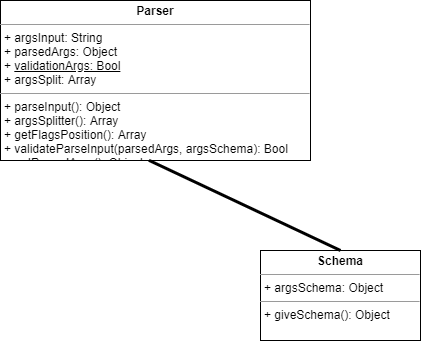
This is katas/args/samuel/classDiagram.drawio.png from fjcoding/AT-BC-LAT-01, a draw.io export, as it was before one commit. Source tidied: cells renumbered, new cells last; positions are measured from the earlier drawing's top-left corner, leaving out a move shared by most shapes. The source it was exported from:
```xml
<mxGraphModel>
  <root>
    <mxCell id="0" />
    <mxCell id="1" parent="0" />
    <mxCell id="2" value="&lt;p style=&quot;margin: 0px ; margin-top: 4px ; text-align: center&quot;&gt;&lt;b&gt;Schema&lt;/b&gt;&lt;/p&gt;&lt;hr size=&quot;1&quot;&gt;&lt;p style=&quot;margin: 0px ; margin-left: 4px&quot;&gt;+ argsSchema: Object&lt;span&gt;&amp;nbsp;&lt;/span&gt;&lt;/p&gt;&lt;hr size=&quot;1&quot;&gt;&lt;p style=&quot;margin: 0px ; margin-left: 4px&quot;&gt;+ giveSchema(): Object&lt;/p&gt;&lt;p style=&quot;margin: 0px ; margin-left: 4px&quot;&gt;&lt;br&gt;&lt;/p&gt;" style="verticalAlign=top;align=left;overflow=fill;fontSize=12;fontFamily=Helvetica;html=1;" parent="1" vertex="1">
      <mxGeometry x="260" y="250" width="160" height="90" as="geometry" />
    </mxCell>
    <mxCell id="3" value="&lt;p style=&quot;margin: 0px ; margin-top: 4px ; text-align: center&quot;&gt;&lt;b&gt;Parser&lt;/b&gt;&lt;/p&gt;&lt;hr size=&quot;1&quot;&gt;&lt;p style=&quot;margin: 0px ; margin-left: 4px&quot;&gt;+ argsInput: String&lt;/p&gt;&lt;p style=&quot;margin: 0px ; margin-left: 4px&quot;&gt;+ parsedArgs: Object&lt;/p&gt;&lt;p style=&quot;margin: 0px ; margin-left: 4px&quot;&gt;+ &lt;u&gt;validationArgs: Bool&lt;/u&gt;&lt;br&gt;&lt;/p&gt;&lt;p style=&quot;margin: 0px ; margin-left: 4px&quot;&gt;+ argsSplit: Array&lt;u&gt;&lt;br&gt;&lt;/u&gt;&lt;/p&gt;&lt;hr size=&quot;1&quot;&gt;&lt;p style=&quot;margin: 0px ; margin-left: 4px&quot;&gt;+ parseInput(): Object&lt;/p&gt;&lt;p style=&quot;margin: 0px 0px 0px 4px&quot;&gt;+ argsSplitter(): Array&lt;/p&gt;&lt;p style=&quot;margin: 0px ; margin-left: 4px&quot;&gt;+ getFlagsPosition(): Array&lt;/p&gt;&lt;p style=&quot;margin: 0px ; margin-left: 4px&quot;&gt;+ validateParseInput(parsedArgs, argsSchema): Bool&lt;br&gt;&lt;/p&gt;&lt;p style=&quot;margin: 0px ; margin-left: 4px&quot;&gt;+ getParsedArgs(): Object&lt;br&gt;&lt;/p&gt;&lt;p style=&quot;margin: 0px ; margin-left: 4px&quot;&gt;&lt;br&gt;&lt;/p&gt;&lt;p style=&quot;margin: 0px ; margin-left: 4px&quot;&gt;&lt;br&gt;&lt;/p&gt;" style="verticalAlign=top;align=left;overflow=fill;fontSize=12;fontFamily=Helvetica;html=1;" parent="1" vertex="1">
      <mxGeometry width="310" height="160" as="geometry" />
    </mxCell>
    <mxCell id="4" style="endArrow=none;startArrow=none;endFill=0;startFill=0;endSize=8;html=1;verticalAlign=bottom;labelBackgroundColor=none;strokeWidth=3;exitX=0.479;exitY=0.999;exitDx=0;exitDy=0;exitPerimeter=0;entryX=0.5;entryY=0;entryDx=0;entryDy=0;" parent="1" edge="1" source="3" target="2">
      <mxGeometry relative="1" as="geometry" />
    </mxCell>
  </root>
</mxGraphModel>
```
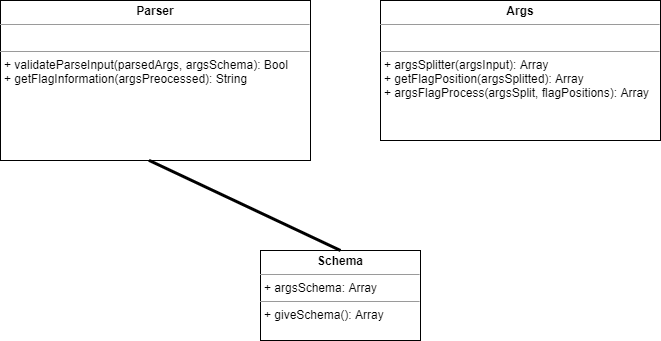
The same file after the commit.

Commit message:
Changed argsSchema from Schema class and make it an object array. Test designed for that new type of return

Diff of the diagram source:
```diff
@@ -2,14 +2,17 @@
   <root>
     <mxCell id="0" />
     <mxCell id="1" parent="0" />
-    <mxCell id="2" value="&lt;p style=&quot;margin: 0px ; margin-top: 4px ; text-align: center&quot;&gt;&lt;b&gt;Schema&lt;/b&gt;&lt;/p&gt;&lt;hr size=&quot;1&quot;&gt;&lt;p style=&quot;margin: 0px ; margin-left: 4px&quot;&gt;+ argsSchema: Object&lt;span&gt;&amp;nbsp;&lt;/span&gt;&lt;/p&gt;&lt;hr size=&quot;1&quot;&gt;&lt;p style=&quot;margin: 0px ; margin-left: 4px&quot;&gt;+ giveSchema(): Object&lt;/p&gt;&lt;p style=&quot;margin: 0px ; margin-left: 4px&quot;&gt;&lt;br&gt;&lt;/p&gt;" style="verticalAlign=top;align=left;overflow=fill;fontSize=12;fontFamily=Helvetica;html=1;" parent="1" vertex="1">
+    <mxCell id="2" value="&lt;p style=&quot;margin: 0px ; margin-top: 4px ; text-align: center&quot;&gt;&lt;b&gt;Schema&lt;/b&gt;&lt;/p&gt;&lt;hr size=&quot;1&quot;&gt;&lt;p style=&quot;margin: 0px ; margin-left: 4px&quot;&gt;+ argsSchema: Array&lt;/p&gt;&lt;hr size=&quot;1&quot;&gt;&lt;p style=&quot;margin: 0px ; margin-left: 4px&quot;&gt;+ giveSchema(): Array&lt;/p&gt;&lt;p style=&quot;margin: 0px ; margin-left: 4px&quot;&gt;&lt;br&gt;&lt;/p&gt;" style="verticalAlign=top;align=left;overflow=fill;fontSize=12;fontFamily=Helvetica;html=1;" parent="1" vertex="1">
       <mxGeometry x="260" y="250" width="160" height="90" as="geometry" />
     </mxCell>
-    <mxCell id="3" value="&lt;p style=&quot;margin: 0px ; margin-top: 4px ; text-align: center&quot;&gt;&lt;b&gt;Parser&lt;/b&gt;&lt;/p&gt;&lt;hr size=&quot;1&quot;&gt;&lt;p style=&quot;margin: 0px ; margin-left: 4px&quot;&gt;+ argsInput: String&lt;/p&gt;&lt;p style=&quot;margin: 0px ; margin-left: 4px&quot;&gt;+ parsedArgs: Object&lt;/p&gt;&lt;p style=&quot;margin: 0px ; margin-left: 4px&quot;&gt;+ &lt;u&gt;validationArgs: Bool&lt;/u&gt;&lt;br&gt;&lt;/p&gt;&lt;p style=&quot;margin: 0px ; margin-left: 4px&quot;&gt;+ argsSplit: Array&lt;u&gt;&lt;br&gt;&lt;/u&gt;&lt;/p&gt;&lt;hr size=&quot;1&quot;&gt;&lt;p style=&quot;margin: 0px ; margin-left: 4px&quot;&gt;+ parseInput(): Object&lt;/p&gt;&lt;p style=&quot;margin: 0px 0px 0px 4px&quot;&gt;+ argsSplitter(): Array&lt;/p&gt;&lt;p style=&quot;margin: 0px ; margin-left: 4px&quot;&gt;+ getFlagsPosition(): Array&lt;/p&gt;&lt;p style=&quot;margin: 0px ; margin-left: 4px&quot;&gt;+ validateParseInput(parsedArgs, argsSchema): Bool&lt;br&gt;&lt;/p&gt;&lt;p style=&quot;margin: 0px ; margin-left: 4px&quot;&gt;+ getParsedArgs(): Object&lt;br&gt;&lt;/p&gt;&lt;p style=&quot;margin: 0px ; margin-left: 4px&quot;&gt;&lt;br&gt;&lt;/p&gt;&lt;p style=&quot;margin: 0px ; margin-left: 4px&quot;&gt;&lt;br&gt;&lt;/p&gt;" style="verticalAlign=top;align=left;overflow=fill;fontSize=12;fontFamily=Helvetica;html=1;" parent="1" vertex="1">
+    <mxCell id="3" value="&lt;p style=&quot;margin: 0px ; margin-top: 4px ; text-align: center&quot;&gt;&lt;b&gt;Parser&lt;/b&gt;&lt;/p&gt;&lt;hr size=&quot;1&quot;&gt;&lt;p style=&quot;margin: 0px ; margin-left: 4px&quot;&gt;&lt;br&gt;&lt;/p&gt;&lt;hr size=&quot;1&quot;&gt;&lt;p style=&quot;margin: 0px ; margin-left: 4px&quot;&gt;&lt;span&gt;+ validateParseInput(parsedArgs, argsSchema): Bool&lt;/span&gt;&lt;br&gt;&lt;/p&gt;&lt;p style=&quot;margin: 0px ; margin-left: 4px&quot;&gt;+ getFlagInformation(argsPreocessed): String&lt;span&gt;&lt;br&gt;&lt;/span&gt;&lt;/p&gt;&lt;p style=&quot;margin: 0px ; margin-left: 4px&quot;&gt;&lt;br&gt;&lt;/p&gt;&lt;p style=&quot;margin: 0px ; margin-left: 4px&quot;&gt;&lt;br&gt;&lt;/p&gt;" style="verticalAlign=top;align=left;overflow=fill;fontSize=12;fontFamily=Helvetica;html=1;" parent="1" vertex="1">
       <mxGeometry width="310" height="160" as="geometry" />
     </mxCell>
     <mxCell id="4" style="endArrow=none;startArrow=none;endFill=0;startFill=0;endSize=8;html=1;verticalAlign=bottom;labelBackgroundColor=none;strokeWidth=3;exitX=0.479;exitY=0.999;exitDx=0;exitDy=0;exitPerimeter=0;entryX=0.5;entryY=0;entryDx=0;entryDy=0;" parent="1" edge="1" source="3" target="2">
       <mxGeometry relative="1" as="geometry" />
     </mxCell>
+    <mxCell id="5" value="&lt;p style=&quot;margin: 0px ; margin-top: 4px ; text-align: center&quot;&gt;&lt;b&gt;Args&lt;/b&gt;&lt;/p&gt;&lt;hr size=&quot;1&quot;&gt;&lt;p style=&quot;margin: 0px ; margin-left: 4px&quot;&gt;&lt;br&gt;&lt;/p&gt;&lt;hr size=&quot;1&quot;&gt;&lt;p style=&quot;margin: 0px ; margin-left: 4px&quot;&gt;+ argsSplitter(argsInput): Array&lt;/p&gt;&lt;p style=&quot;margin: 0px ; margin-left: 4px&quot;&gt;+ getFlagPosition(argsSplitted): Array&lt;br&gt;&lt;/p&gt;&lt;p style=&quot;margin: 0px ; margin-left: 4px&quot;&gt;+ argsFlagProcess(argsSplit, flagPositions): Array&lt;br&gt;&lt;/p&gt;" style="verticalAlign=top;align=left;overflow=fill;fontSize=12;fontFamily=Helvetica;html=1;" parent="1" vertex="1">
+      <mxGeometry x="380" width="280" height="140" as="geometry" />
+    </mxCell>
   </root>
 </mxGraphModel>
```
